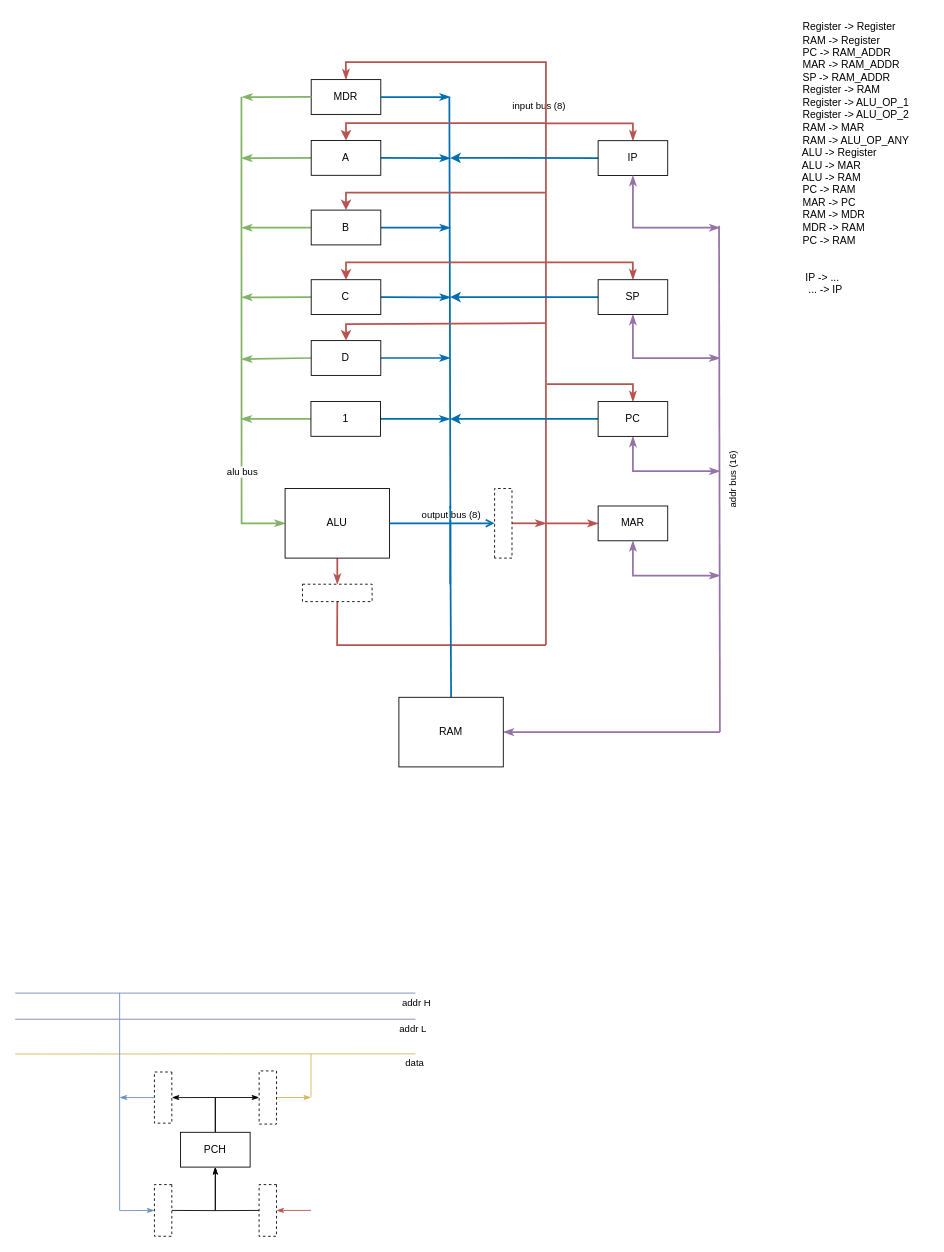
ecoshub/asme8 keeps this draw.io diagram as design.drawio. Above is the earlier version. Source tidied: cells renumbered, new cells numbered last; positions are measured from the earlier drawing's top-left corner, leaving out a move shared by most shapes. Both pictures are drawn from the tidied source at 87%, with x=0, y=0 at pixel (15, 15).
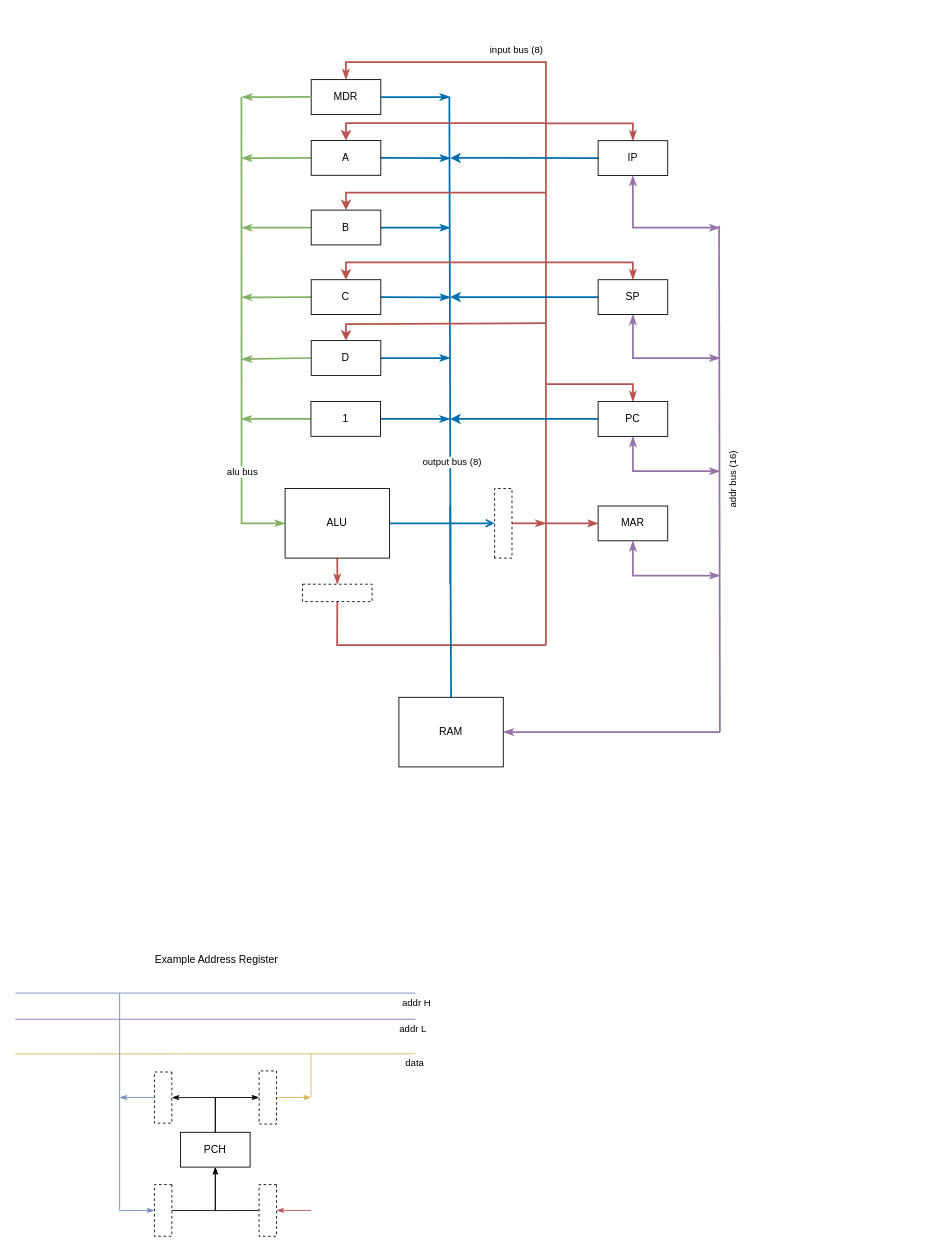
After the change.

Unchanged cells that the change refers to:
```xml
<mxCell id="5" style="edgeStyle=none;html=1;startArrow=none;startFill=0;endArrow=none;endFill=0;rounded=0;strokeWidth=2;fillColor=#1ba1e2;strokeColor=#006EAF;" parent="1" edge="1">
  <mxGeometry relative="1" as="geometry">
    <mxPoint x="500" y="654" as="sourcePoint" />
    <mxPoint x="499" y="94" as="targetPoint" />
    <Array as="points">
      <mxPoint x="500.2" y="584" />
    </Array>
  </mxGeometry>
</mxCell>
<mxCell id="28" style="endArrow=none;html=1;rounded=0;fillColor=#f8cecc;strokeColor=#b85450;strokeWidth=2;" parent="1" edge="1">
  <mxGeometry relative="1" as="geometry">
    <mxPoint x="610" y="724" as="sourcePoint" />
    <mxPoint x="610" y="124" as="targetPoint" />
  </mxGeometry>
</mxCell>
```

What changed in the source:
```diff
@@
     <mxCell id="6" value="output bus (8)" style="edgeLabel;html=1;align=center;verticalAlign=middle;" parent="5" vertex="1">
       <mxGeometry x="-0.6" relative="1" as="geometry">
-        <mxPoint y="31" as="offset" />
+        <mxPoint x="1" y="-29" as="offset" />
       </mxGeometry>
     </mxCell>
@@
     <mxCell id="29" value="input bus (8)" style="edgeLabel;html=1;align=center;verticalAlign=middle;" parent="28" vertex="1">
       <mxGeometry x="0.84" y="-1" relative="1" as="geometry">
-        <mxPoint x="-10" y="-69" as="offset" />
+        <mxPoint x="-36" y="-133" as="offset" />
       </mxGeometry>
     </mxCell>
@@
-    <mxCell id="74" value="&lt;div style=&quot;color: rgb(93, 93, 95); background-color: rgb(235, 238, 245); font-family: Monaco, Menlo, Monaco, &amp;quot;Courier New&amp;quot;, monospace; font-size: 16px; line-height: 32px;&quot;&gt;&lt;br&gt;&lt;/div&gt;" style="text;html=1;align=left;verticalAlign=middle;strokeColor=none;fillColor=none;" parent="1" vertex="1">
-      <mxGeometry x="890" y="110" width="20" height="50" as="geometry" />
-    </mxCell>
@@
-    <mxCell id="76" value="&lt;div&gt;&amp;nbsp; &amp;nbsp; Register -&amp;gt; Register&lt;/div&gt;&lt;div&gt;&amp;nbsp; &amp;nbsp; RAM -&amp;gt; Register&lt;/div&gt;&lt;div&gt;&amp;nbsp; &amp;nbsp; PC -&amp;gt; RAM_ADDR&lt;/div&gt;&lt;div&gt;&amp;nbsp; &amp;nbsp; MAR -&amp;gt; RAM_ADDR&lt;/div&gt;&lt;div&gt;&amp;nbsp; &amp;nbsp; SP -&amp;gt; RAM_ADDR&lt;/div&gt;&lt;div&gt;&amp;nbsp; &amp;nbsp; Register -&amp;gt; RAM&lt;/div&gt;&lt;div&gt;&amp;nbsp; &amp;nbsp; Register -&amp;gt; ALU_OP_1&lt;/div&gt;&lt;div&gt;&amp;nbsp; &amp;nbsp; Register -&amp;gt; ALU_OP_2&lt;/div&gt;&lt;div&gt;&amp;nbsp; &amp;nbsp; RAM -&amp;gt; MAR&lt;/div&gt;&lt;div&gt;&amp;nbsp; &amp;nbsp; RAM -&amp;gt; ALU_OP_ANY&lt;/div&gt;&lt;div&gt;&amp;nbsp; &amp;nbsp; ALU -&amp;gt; Register&lt;/div&gt;&lt;div&gt;&amp;nbsp; &amp;nbsp; ALU -&amp;gt; MAR&lt;/div&gt;&lt;div&gt;&amp;nbsp; &amp;nbsp; ALU -&amp;gt; RAM&lt;/div&gt;&lt;div&gt;&amp;nbsp; &amp;nbsp; PC -&amp;gt; RAM&lt;/div&gt;&lt;div&gt;&amp;nbsp; &amp;nbsp; MAR -&amp;gt; PC&lt;/div&gt;&lt;div&gt;&amp;nbsp; &amp;nbsp; RAM -&amp;gt; MDR&lt;/div&gt;&lt;div&gt;&amp;nbsp; &amp;nbsp; MDR -&amp;gt; RAM&lt;/div&gt;&lt;div&gt;&amp;nbsp; &amp;nbsp; PC -&amp;gt; RAM&lt;/div&gt;&lt;div&gt;&lt;br&gt;&lt;/div&gt;&lt;div&gt;&lt;br&gt;&lt;/div&gt;&lt;div&gt;&amp;nbsp; &amp;nbsp; &amp;nbsp;IP -&amp;gt; ...&lt;/div&gt;&lt;div&gt;&amp;nbsp; &amp;nbsp; &amp;nbsp; ... -&amp;gt; IP&lt;/div&gt;" style="text;html=1;align=left;verticalAlign=middle;strokeColor=none;fillColor=none;" parent="1" vertex="1">
-      <mxGeometry x="890" y="-0.5" width="160" height="330" as="geometry" />
-    </mxCell>
@@
+    <mxCell id="82" value="Example Address Register" style="text;html=1;align=center;verticalAlign=middle;strokeColor=none;fillColor=none;" parent="1" vertex="1">
+      <mxGeometry x="151.2" y="1073" width="159" height="26" as="geometry" />
+    </mxCell>
```
